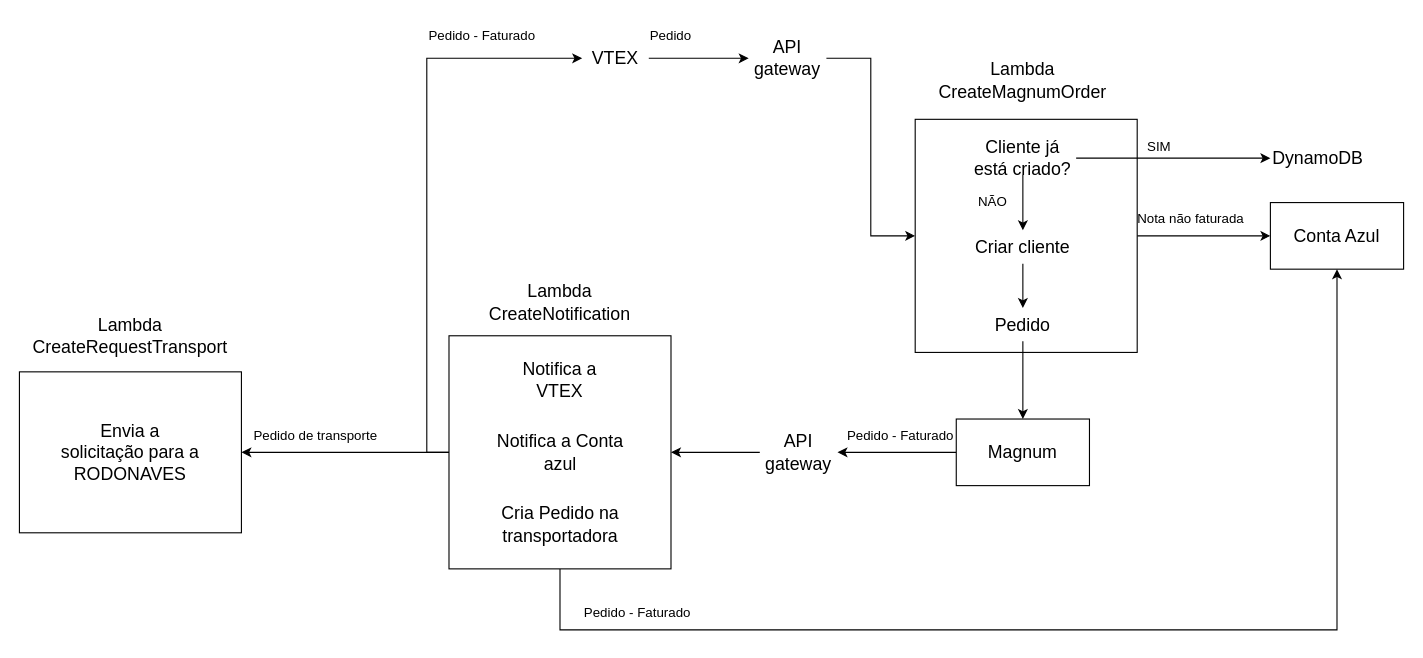
Above: fluxo-tech-magnum.drawio in GustavoOliveira11/flowcharts (draw.io), before the change. Source tidied: cells renumbered, new cells numbered last; positions are measured from the earlier drawing's top-left corner, leaving out a move shared by most shapes. Both pictures are drawn from the tidied source at 111%, with x=0, y=0 at pixel (19, 19).
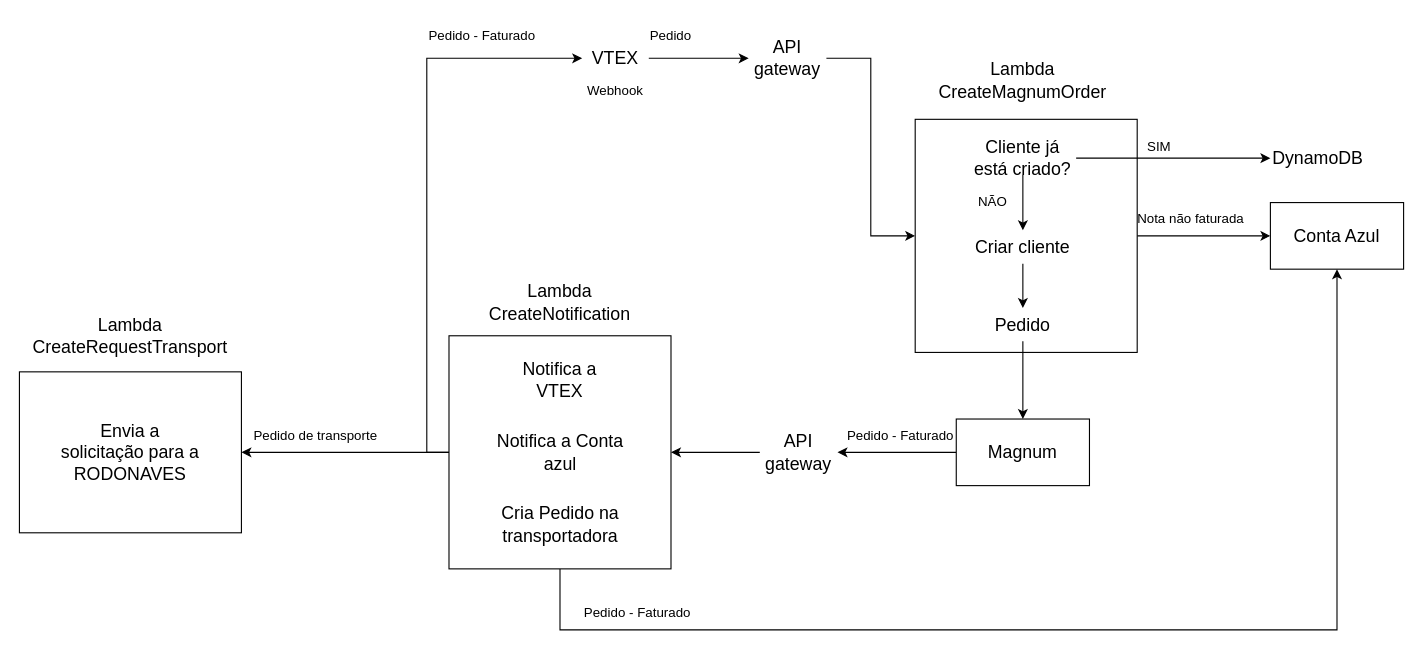
The same page after the edit.

Diff of the diagram source:
```diff
@@
+    <mxCell id="41" value="Webhook" style="text;html=1;align=center;verticalAlign=middle;whiteSpace=wrap;rounded=0;" parent="1" vertex="1">
+      <mxGeometry x="507" y="50" width="60" height="30" as="geometry" />
+    </mxCell>
```
